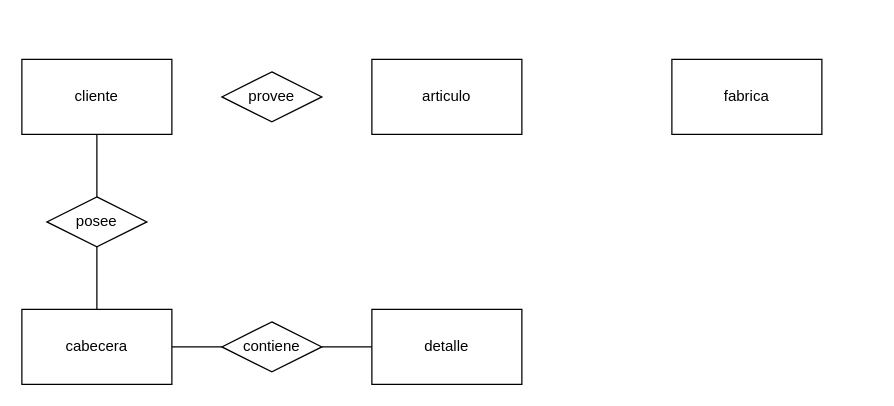
Mundrack/Base-de-datos keeps this draw.io diagram as Empresaejercicio1.drawio. Above is the earlier version. Source tidied: cells renumbered, new cells numbered last; positions are measured from the earlier drawing's top-left corner, leaving out a move shared by most shapes. Both pictures are drawn from the tidied source at 125%, with x=0, y=0 at pixel (21, 59).
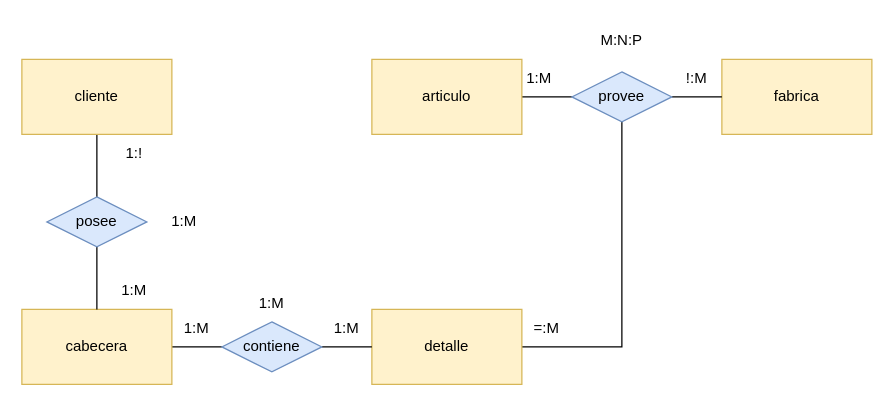
Above is the later version.

What changed in the source:
```diff
@@
+    <mxCell id="14" style="edgeStyle=orthogonalEdgeStyle;rounded=0;jettySize=auto;html=1;entryX=0.5;entryY=1;entryDx=0;entryDy=0;endArrow=none;endFill=0;" parent="1" edge="1" source="2" target="9">
+      <mxGeometry relative="1" as="geometry" />
+    </mxCell>
-    <mxCell id="2" value="detalle" style="rounded=0;whiteSpace=wrap;html=1;" parent="1" vertex="1">
+    <mxCell id="2" value="detalle" style="rounded=0;whiteSpace=wrap;html=1;fillColor=#fff2cc;strokeColor=#d6b656;" parent="1" vertex="1">
       <mxGeometry x="280" y="200" width="120" height="60" as="geometry" />
     </mxCell>
-    <mxCell id="3" value="fabrica" style="rounded=0;whiteSpace=wrap;html=1;" parent="1" vertex="1">
-      <mxGeometry x="520" width="120" height="60" as="geometry" />
+    <mxCell id="3" value="fabrica" style="rounded=0;whiteSpace=wrap;html=1;fillColor=#fff2cc;strokeColor=#d6b656;" parent="1" vertex="1">
+      <mxGeometry x="560" width="120" height="60" as="geometry" />
     </mxCell>
@@
-    <mxCell id="5" value="cabecera" style="rounded=0;whiteSpace=wrap;html=1;" parent="1" vertex="1">
+    <mxCell id="5" value="cabecera" style="rounded=0;whiteSpace=wrap;html=1;fillColor=#fff2cc;strokeColor=#d6b656;" parent="1" vertex="1">
       <mxGeometry y="200" width="120" height="60" as="geometry" />
     </mxCell>
+    <mxCell id="15" style="edgeStyle=orthogonalEdgeStyle;rounded=0;jettySize=auto;html=1;entryX=0;entryY=0.5;entryDx=0;entryDy=0;endArrow=none;endFill=0;" parent="1" edge="1" source="6" target="9">
+      <mxGeometry relative="1" as="geometry" />
+    </mxCell>
-    <mxCell id="6" value="articulo" style="rounded=0;whiteSpace=wrap;html=1;" parent="1" vertex="1">
+    <mxCell id="6" value="articulo" style="rounded=0;whiteSpace=wrap;html=1;fillColor=#fff2cc;strokeColor=#d6b656;" parent="1" vertex="1">
       <mxGeometry x="280" width="120" height="60" as="geometry" />
     </mxCell>
@@
-    <mxCell id="8" value="cliente" style="rounded=0;whiteSpace=wrap;html=1;" parent="1" vertex="1">
+    <mxCell id="8" value="cliente" style="rounded=0;whiteSpace=wrap;html=1;fillColor=#fff2cc;strokeColor=#d6b656;" parent="1" vertex="1">
       <mxGeometry width="120" height="60" as="geometry" />
     </mxCell>
+    <mxCell id="16" style="edgeStyle=orthogonalEdgeStyle;rounded=0;jettySize=auto;html=1;endArrow=none;endFill=0;" parent="1" edge="1" source="9" target="3">
+      <mxGeometry relative="1" as="geometry" />
+    </mxCell>
-    <mxCell id="9" value="provee" style="rhombus;whiteSpace=wrap;html=1;" parent="1" vertex="1">
-      <mxGeometry x="160" y="10" width="80" height="40" as="geometry" />
+    <mxCell id="9" value="provee" style="rhombus;whiteSpace=wrap;html=1;fillColor=#dae8fc;strokeColor=#6c8ebf;" parent="1" vertex="1">
+      <mxGeometry x="440" y="10" width="80" height="40" as="geometry" />
     </mxCell>
@@
-    <mxCell id="11" value="posee" style="rhombus;whiteSpace=wrap;html=1;" parent="1" vertex="1">
+    <mxCell id="11" value="posee" style="rhombus;whiteSpace=wrap;html=1;fillColor=#dae8fc;strokeColor=#6c8ebf;" parent="1" vertex="1">
       <mxGeometry x="20" y="110" width="80" height="40" as="geometry" />
     </mxCell>
@@
-    <mxCell id="13" value="contiene" style="rhombus;whiteSpace=wrap;html=1;" parent="1" vertex="1">
+    <mxCell id="13" value="contiene" style="rhombus;whiteSpace=wrap;html=1;fillColor=#dae8fc;strokeColor=#6c8ebf;" parent="1" vertex="1">
       <mxGeometry x="160" y="210" width="80" height="40" as="geometry" />
     </mxCell>
+    <mxCell id="17" value="1:!" style="text;html=1;align=center;verticalAlign=middle;whiteSpace=wrap;rounded=0;" parent="1" vertex="1">
+      <mxGeometry x="60" y="60" width="60" height="30" as="geometry" />
+    </mxCell>
+    <mxCell id="18" value="1:M" style="text;html=1;align=center;verticalAlign=middle;whiteSpace=wrap;rounded=0;" parent="1" vertex="1">
+      <mxGeometry x="60" y="170" width="60" height="30" as="geometry" />
+    </mxCell>
+    <mxCell id="19" value="1:M" style="text;html=1;align=center;verticalAlign=middle;whiteSpace=wrap;rounded=0;" parent="1" vertex="1">
+      <mxGeometry x="100" y="115" width="60" height="30" as="geometry" />
+    </mxCell>
+    <mxCell id="20" value="1:M" style="text;html=1;align=center;verticalAlign=middle;whiteSpace=wrap;rounded=0;" parent="1" vertex="1">
+      <mxGeometry x="170" y="180" width="60" height="30" as="geometry" />
+    </mxCell>
+    <mxCell id="21" value="1:M" style="text;html=1;align=center;verticalAlign=middle;whiteSpace=wrap;rounded=0;" parent="1" vertex="1">
+      <mxGeometry x="110" y="200" width="60" height="30" as="geometry" />
+    </mxCell>
+    <mxCell id="22" value="1:M" style="text;html=1;align=center;verticalAlign=middle;whiteSpace=wrap;rounded=0;" parent="1" vertex="1">
+      <mxGeometry x="230" y="200" width="60" height="30" as="geometry" />
+    </mxCell>
+    <mxCell id="23" value="=:M" style="text;html=1;align=center;verticalAlign=middle;whiteSpace=wrap;rounded=0;" parent="1" vertex="1">
+      <mxGeometry x="390" y="200" width="60" height="30" as="geometry" />
+    </mxCell>
+    <mxCell id="24" value="1:M" style="text;html=1;align=center;verticalAlign=middle;whiteSpace=wrap;rounded=0;" parent="1" vertex="1">
+      <mxGeometry x="384" width="60" height="30" as="geometry" />
+    </mxCell>
+    <mxCell id="25" value="M:N:P" style="text;html=1;align=center;verticalAlign=middle;whiteSpace=wrap;rounded=0;" parent="1" vertex="1">
+      <mxGeometry x="450" y="-30" width="60" height="30" as="geometry" />
+    </mxCell>
+    <mxCell id="26" value="!:M" style="text;html=1;align=center;verticalAlign=middle;whiteSpace=wrap;rounded=0;" parent="1" vertex="1">
+      <mxGeometry x="510" width="60" height="30" as="geometry" />
+    </mxCell>
```
